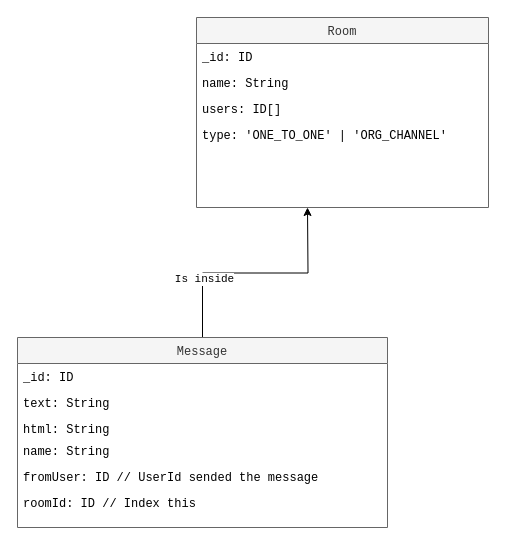
hangmant/diagrams keeps this draw.io diagram as chat-models.drawio. Above is the earlier version. Source tidied: cells renumbered, new cells numbered last; positions are measured from the earlier drawing's top-left corner, leaving out a move shared by most shapes. Both pictures are drawn from the tidied source at 100%, with x=0, y=0 at pixel (17, 17).
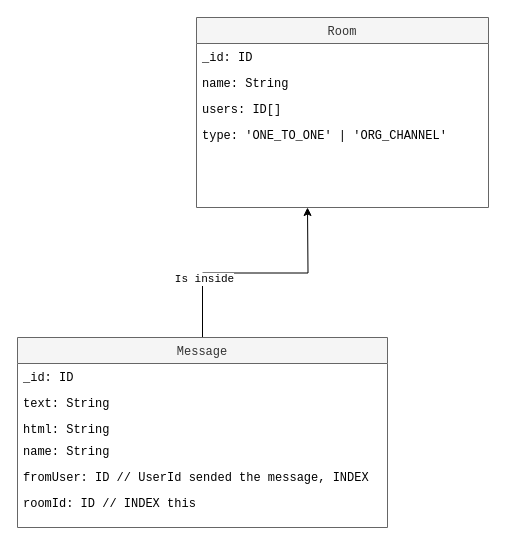
The same page after the edit.

Diff of the diagram source:
```diff
@@
 <mxGraphModel>
   <root>
     <mxCell id="0" />
     <mxCell id="1" parent="0" />
     <mxCell id="2" value="Room" style="swimlane;fontStyle=0;align=center;verticalAlign=top;horizontal=1;startSize=26;rounded=0;shadow=0;strokeWidth=1;swimlaneFillColor=#ffffff;fillColor=#f5f5f5;strokeColor=#666666;fontColor=#333333;fontFamily=Courier New;" parent="1" vertex="1">
       <mxGeometry x="179" width="292" height="190" as="geometry" />
     </mxCell>
     <mxCell id="3" value="_id: ID " style="text;align=left;verticalAlign=top;spacingLeft=4;spacingRight=4;overflow=hidden;fontFamily=Courier New;" parent="2" vertex="1">
       <mxGeometry y="26" width="292" height="26" as="geometry" />
     </mxCell>
     <mxCell id="4" value="name: String" style="text;align=left;verticalAlign=top;spacingLeft=4;spacingRight=4;overflow=hidden;rounded=0;shadow=0;html=0;fontFamily=Courier New;" parent="2" vertex="1">
       <mxGeometry y="52" width="292" height="26" as="geometry" />
     </mxCell>
     <mxCell id="5" value="users: ID[]" style="text;align=left;verticalAlign=top;spacingLeft=4;spacingRight=4;overflow=hidden;rounded=0;shadow=0;html=0;fontFamily=Courier New;" parent="2" vertex="1">
       <mxGeometry y="78" width="292" height="26" as="geometry" />
     </mxCell>
     <mxCell id="6" value="type: 'ONE_TO_ONE' | 'ORG_CHANNEL'" style="text;align=left;verticalAlign=top;spacingLeft=4;spacingRight=4;overflow=hidden;rounded=0;shadow=0;html=0;fontFamily=Courier New;" parent="2" vertex="1">
       <mxGeometry y="104" width="292" height="26" as="geometry" />
     </mxCell>
     <mxCell id="7" style="edgeStyle=orthogonalEdgeStyle;rounded=0;jettySize=auto;html=1;exitX=0.5;exitY=0;exitDx=0;exitDy=0;fontFamily=Courier New;" parent="1" edge="1" source="9">
       <mxGeometry relative="1" as="geometry">
         <mxPoint x="290" y="190" as="targetPoint" />
       </mxGeometry>
     </mxCell>
     <mxCell id="8" value="Is inside" style="edgeLabel;html=1;align=center;verticalAlign=middle;fontFamily=Courier New;" parent="7" vertex="1">
       <mxGeometry x="-0.44" y="-6" relative="1" as="geometry" />
     </mxCell>
     <mxCell id="9" value="Message" style="swimlane;fontStyle=0;align=center;verticalAlign=top;horizontal=1;startSize=26;rounded=0;shadow=0;strokeWidth=1;swimlaneFillColor=#ffffff;fillColor=#f5f5f5;strokeColor=#666666;fontColor=#333333;fontFamily=Courier New;" parent="1" vertex="1">
       <mxGeometry y="320" width="370" height="190" as="geometry" />
     </mxCell>
     <mxCell id="10" value="_id: ID " style="text;align=left;verticalAlign=top;spacingLeft=4;spacingRight=4;overflow=hidden;fontFamily=Courier New;" parent="9" vertex="1">
       <mxGeometry y="26" width="370" height="26" as="geometry" />
     </mxCell>
     <mxCell id="11" value="text: String" style="text;align=left;verticalAlign=top;spacingLeft=4;spacingRight=4;overflow=hidden;rounded=0;shadow=0;html=0;fontFamily=Courier New;" parent="9" vertex="1">
       <mxGeometry y="52" width="370" height="26" as="geometry" />
     </mxCell>
     <mxCell id="12" value="html: String" style="text;align=left;verticalAlign=top;spacingLeft=4;spacingRight=4;overflow=hidden;rounded=0;shadow=0;html=0;fontFamily=Courier New;" parent="9" vertex="1">
       <mxGeometry y="78" width="370" height="22" as="geometry" />
     </mxCell>
     <mxCell id="13" value="name: String" style="text;align=left;verticalAlign=top;spacingLeft=4;spacingRight=4;overflow=hidden;rounded=0;shadow=0;html=0;fontFamily=Courier New;" parent="9" vertex="1">
       <mxGeometry y="100" width="370" height="26" as="geometry" />
     </mxCell>
-    <mxCell id="14" value="fromUser: ID // UserId sended the message" style="text;align=left;verticalAlign=top;spacingLeft=4;spacingRight=4;overflow=hidden;rounded=0;shadow=0;html=0;fontFamily=Courier New;" parent="9" vertex="1">
+    <mxCell id="14" value="fromUser: ID // UserId sended the message, INDEX" style="text;align=left;verticalAlign=top;spacingLeft=4;spacingRight=4;overflow=hidden;rounded=0;shadow=0;html=0;fontFamily=Courier New;" parent="9" vertex="1">
       <mxGeometry y="126" width="370" height="26" as="geometry" />
     </mxCell>
-    <mxCell id="15" value="roomId: ID // Index this" style="text;align=left;verticalAlign=top;spacingLeft=4;spacingRight=4;overflow=hidden;rounded=0;shadow=0;html=0;fontFamily=Courier New;" parent="9" vertex="1">
+    <mxCell id="15" value="roomId: ID // INDEX this" style="text;align=left;verticalAlign=top;spacingLeft=4;spacingRight=4;overflow=hidden;rounded=0;shadow=0;html=0;fontFamily=Courier New;" parent="9" vertex="1">
       <mxGeometry y="152" width="370" height="26" as="geometry" />
     </mxCell>
   </root>
 </mxGraphModel>
```
